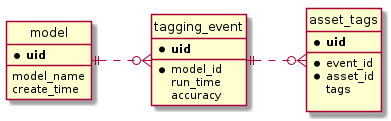
Before: docs/images/model.png, a diagram exported from PlantUML (als-computing/splash-ml).
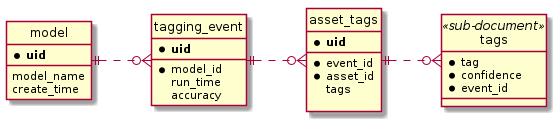
After the commit.

Commit message:
Refactored model documentation and tags

Change to the diagram source:
```diff
@@ -29,8 +29,14 @@
 
 }
 
+entity tags <<sub-document>> {
+    * tag
+    * confidence
+    * event_id
+}
+
 
 model ||..o{ tagging_event
 tagging_event ||..o{ asset_tags
-
+asset_tags ||..o{ tags
 @enduml
```
